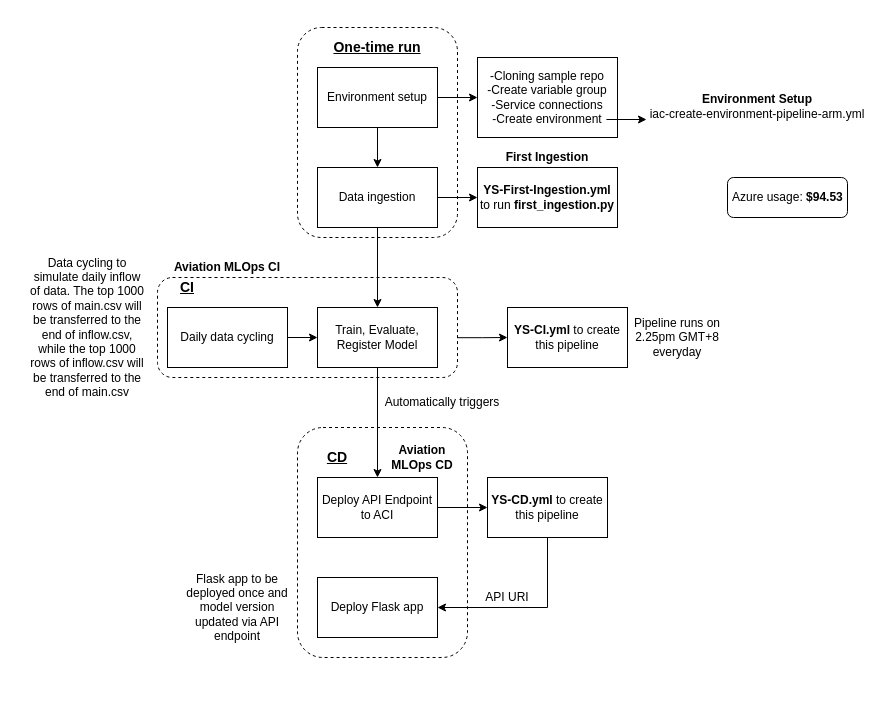
Earlier version of the draw.io diagram Azure Workflow.drawio (yengsheng/Azure-MLOps). Source tidied: cells renumbered, new cells numbered last; positions are measured from the earlier drawing's top-left corner, leaving out a move shared by most shapes. Both pictures are drawn from the tidied source at 100%, with x=0, y=0 at pixel (27, 27). Pictures stored in the file or linked from it are replaced by grey dashed boxes.
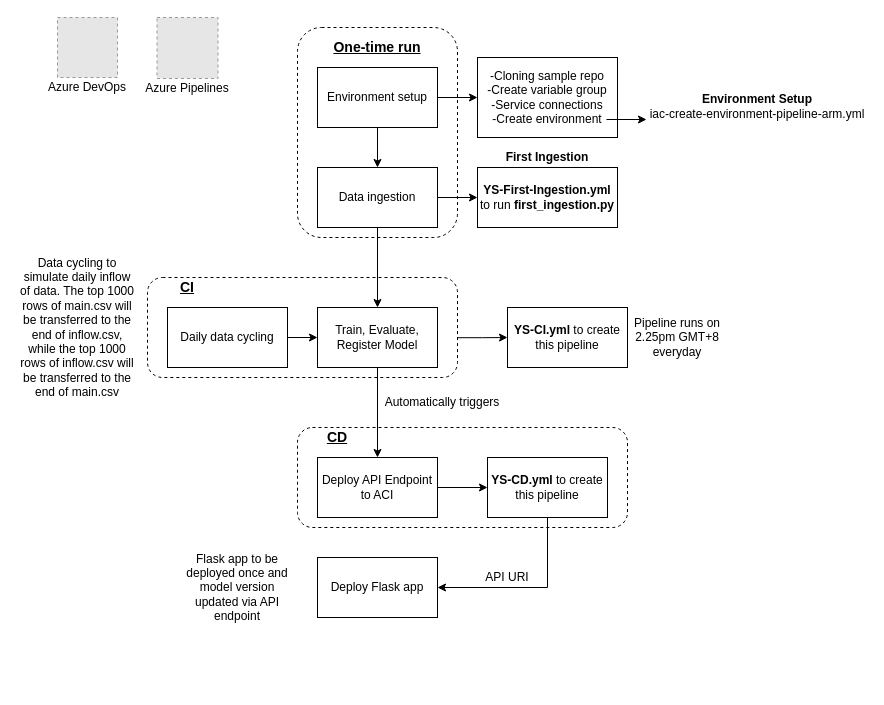
The same diagram, later.

Change to the diagram source:
```diff
@@
     <mxCell id="2" style="rounded=1;whiteSpace=wrap;html=1;glass=0;strokeColor=#000000;dashed=1;fillColor=none;" parent="1" vertex="1">
-      <mxGeometry x="270" y="400" width="170" height="230" as="geometry" />
+      <mxGeometry x="270" y="400" width="330" height="100" as="geometry" />
     </mxCell>
@@
     <mxCell id="17" value="Deploy API Endpoint to ACI" style="rounded=0;whiteSpace=wrap;html=1;" parent="1" vertex="1">
-      <mxGeometry x="290" y="450" width="120" height="60" as="geometry" />
+      <mxGeometry x="290" y="430" width="120" height="60" as="geometry" />
     </mxCell>
@@
     <mxCell id="20" value="&lt;b&gt;YS-CD.yml &lt;/b&gt;to create this pipeline" style="rounded=0;whiteSpace=wrap;html=1;" parent="1" vertex="1">
-      <mxGeometry x="460" y="450" width="120" height="60" as="geometry" />
+      <mxGeometry x="460" y="430" width="120" height="60" as="geometry" />
     </mxCell>
     <mxCell id="21" value="Deploy Flask app" style="rounded=0;whiteSpace=wrap;html=1;" parent="1" vertex="1">
-      <mxGeometry x="290" y="550" width="120" height="60" as="geometry" />
+      <mxGeometry x="290" y="530" width="120" height="60" as="geometry" />
     </mxCell>
@@
     <mxCell id="24" value="Data cycling to simulate daily inflow of data. The top 1000 rows of main.csv will be transferred to the end of inflow.csv, while the top 1000 rows of inflow.csv will be transferred to the end of main.csv" style="text;html=1;strokeColor=none;fillColor=none;align=center;verticalAlign=middle;whiteSpace=wrap;rounded=0;" parent="1" vertex="1">
-      <mxGeometry y="220" width="120" height="160" as="geometry" />
+      <mxGeometry x="-10" y="220" width="120" height="160" as="geometry" />
     </mxCell>
     <mxCell id="25" value="API URI" style="text;html=1;strokeColor=none;fillColor=none;align=center;verticalAlign=middle;whiteSpace=wrap;rounded=0;" parent="1" vertex="1">
-      <mxGeometry x="440" y="560" width="80" height="20" as="geometry" />
+      <mxGeometry x="440" y="540" width="80" height="20" as="geometry" />
     </mxCell>
-    <mxCell id="26" value="&lt;span&gt;Azure usage: &lt;/span&gt;&lt;b&gt;$94.53&lt;/b&gt;" style="text;html=1;fillColor=none;align=left;verticalAlign=middle;whiteSpace=wrap;rounded=1;glass=0;strokeColor=#000000;perimeterSpacing=0;spacingLeft=3;" parent="1" vertex="1">
-      <mxGeometry x="700" y="150" width="120" height="40" as="geometry" />
-    </mxCell>
     <mxCell id="27" style="rounded=1;whiteSpace=wrap;html=1;glass=0;strokeColor=#000000;dashed=1;fillColor=none;" parent="1" vertex="1">
-      <mxGeometry x="130" y="250" width="300" height="100" as="geometry" />
+      <mxGeometry x="120" y="250" width="310" height="100" as="geometry" />
     </mxCell>
@@
     <mxCell id="29" value="&lt;b&gt;&lt;font style=&quot;font-size: 14px&quot;&gt;CD&lt;/font&gt;&lt;/b&gt;" style="text;html=1;strokeColor=none;fillColor=none;align=center;verticalAlign=middle;whiteSpace=wrap;rounded=0;glass=0;dashed=1;fontStyle=4;" parent="1" vertex="1">
-      <mxGeometry x="290" y="420" width="40" height="20" as="geometry" />
+      <mxGeometry x="290" y="400" width="40" height="20" as="geometry" />
     </mxCell>
@@
-    <mxCell id="33" value="&lt;b&gt;Aviation MLOps CI&lt;/b&gt;" style="text;html=1;strokeColor=none;fillColor=none;align=center;verticalAlign=middle;whiteSpace=wrap;rounded=0;glass=0;dashed=1;" parent="1" vertex="1">
-      <mxGeometry x="140" y="230" width="120" height="20" as="geometry" />
-    </mxCell>
-    <mxCell id="34" value="&lt;b&gt;Aviation MLOps CD&lt;/b&gt;" style="text;html=1;strokeColor=none;fillColor=none;align=center;verticalAlign=middle;whiteSpace=wrap;rounded=0;glass=0;dashed=1;" parent="1" vertex="1">
-      <mxGeometry x="360" y="420" width="70" height="20" as="geometry" />
-    </mxCell>
@@
     <mxCell id="37" value="Flask app to be deployed once and model version updated via API endpoint" style="text;html=1;strokeColor=none;fillColor=none;align=center;verticalAlign=middle;whiteSpace=wrap;rounded=0;" parent="1" vertex="1">
-      <mxGeometry x="150" y="500" width="120" height="160" as="geometry" />
+      <mxGeometry x="150" y="480" width="120" height="160" as="geometry" />
     </mxCell>
+    <mxCell id="38" style="fillColor=#E6E6E6;strokeColor=#999999;dashed=1;verticalLabelPosition=bottom;labelBackgroundColor=#ffffff;verticalAlign=top;" parent="1" vertex="1">
+      <mxGeometry x="30" y="-10" width="60" height="60" as="geometry" />
+    </mxCell>
+    <mxCell id="39" value="Azure DevOps" style="text;html=1;strokeColor=none;fillColor=none;align=center;verticalAlign=middle;whiteSpace=wrap;rounded=0;" parent="1" vertex="1">
+      <mxGeometry x="5" y="50" width="110" height="20" as="geometry" />
+    </mxCell>
+    <mxCell id="40" style="fillColor=#E6E6E6;strokeColor=#999999;dashed=1;verticalLabelPosition=bottom;labelBackgroundColor=#ffffff;verticalAlign=top;" parent="1" vertex="1">
+      <mxGeometry x="129.5" y="-10" width="61" height="61" as="geometry" />
+    </mxCell>
+    <mxCell id="41" value="Azure Pipelines" style="text;html=1;strokeColor=none;fillColor=none;align=center;verticalAlign=middle;whiteSpace=wrap;rounded=0;" parent="1" vertex="1">
+      <mxGeometry x="105" y="51" width="110" height="20" as="geometry" />
+    </mxCell>
```
